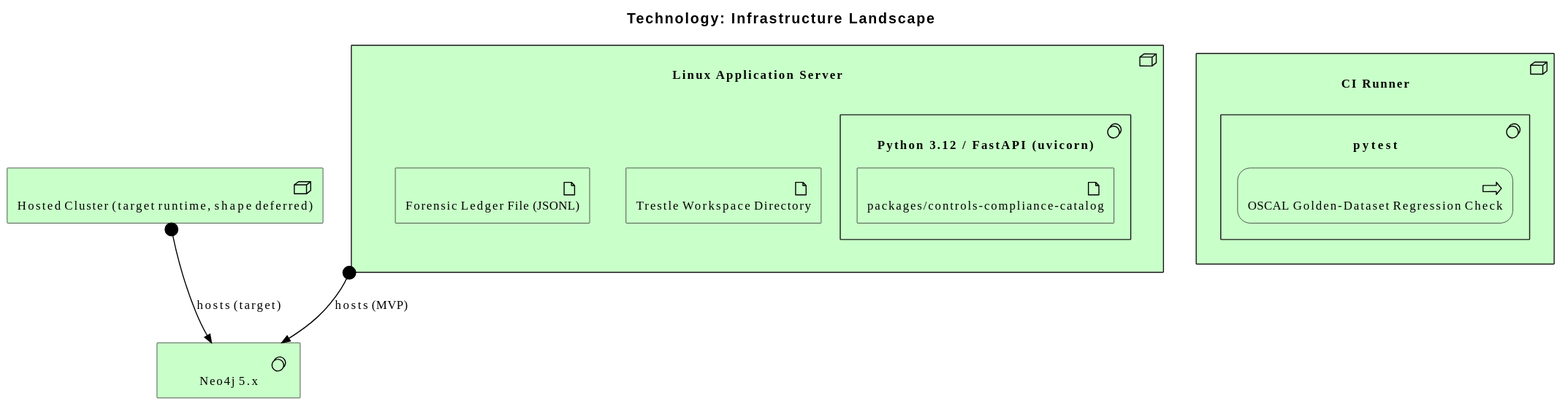
Earlier version of the PlantUML export architecture/model/diagrams/technology/landscape.svg (wolffy-au/frictionless-architect).
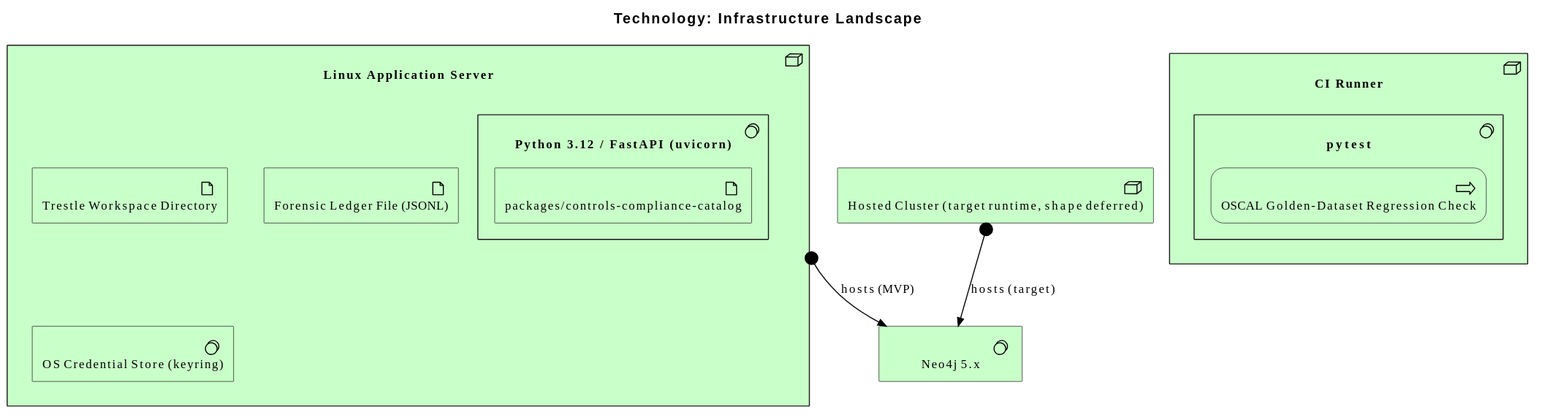
Above is the later version.

Diff of the diagram source:
```diff
@@ -14,6 +14,7 @@
   Technology_SystemSoftware(e_ida1d9ee28fe8258, "Python 3.12 / FastAPI (uvicorn)") {
     Technology_Artifact(e_idfcb391a9833b5b, "packages/controls-compliance-catalog")
   }
+  Technology_SystemSoftware(e_id35bf5bb401c95c, "OS Credential Store (keyring)")
 }
 Technology_SystemSoftware(e_id625e631f1f715e, "Neo4j 5.x")
 Technology_Node(e_id77a3094245ca50, "Hosted Cluster (target runtime, shape deferred)")
```
